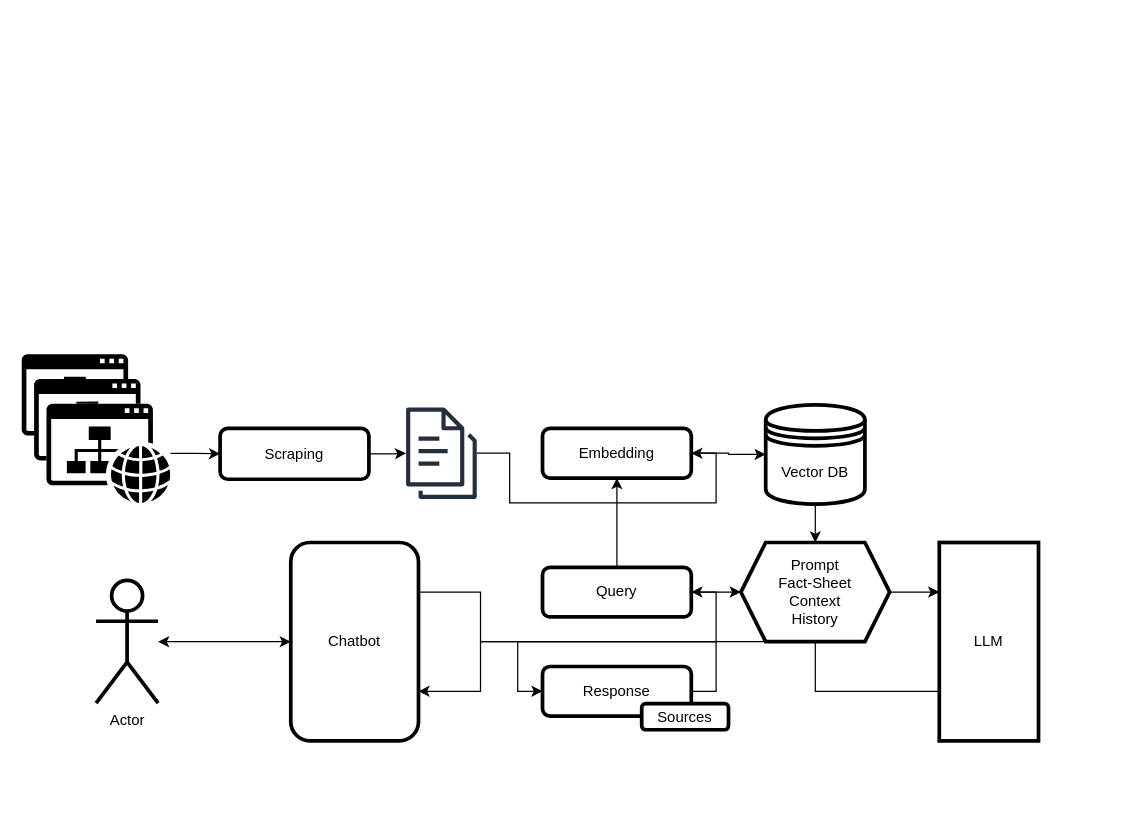
This is assets/architectureSimple.drawio from maxiwilke/geant-rag, a draw.io file, before an edit. Source tidied: cells renumbered, new cells numbered last; positions are measured from the earlier drawing's top-left corner, leaving out a move shared by most shapes. Both pictures are drawn from the tidied source at 124%, with x=0, y=0 at pixel (21, 353).
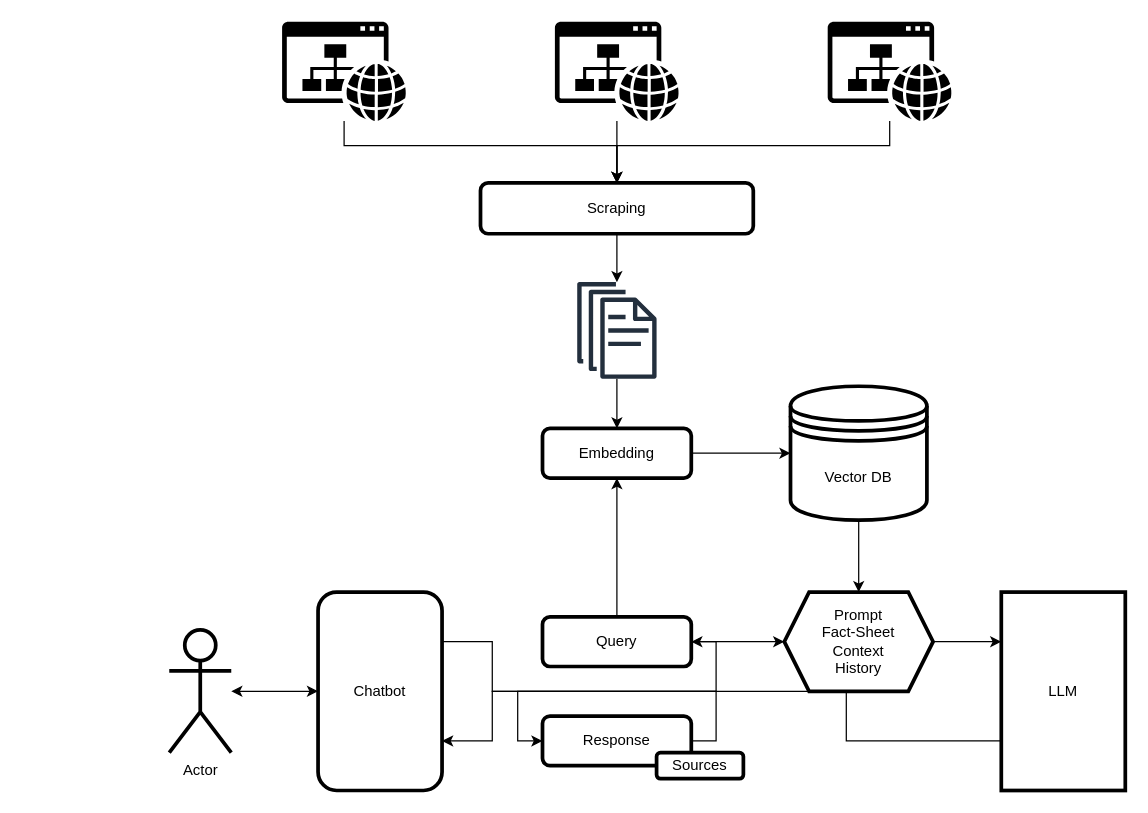
The same page after the edit.

The change refers to these unchanged cells:
```xml
<mxCell id="11" value="Embedding" style="rounded=1;whiteSpace=wrap;html=1;strokeWidth=3;flipH=1;legacyAnchorPoints=0;flipV=0;" parent="1" vertex="1">
  <mxGeometry x="420" y="60" width="120" height="40" as="geometry" />
</mxCell>
```

Change to the diagram source:
```diff
@@
-    <mxCell id="2" style="edgeStyle=orthogonalEdgeStyle;rounded=0;jettySize=auto;html=1;entryX=1;entryY=0.5;entryDx=0;entryDy=0;" parent="1" edge="1" source="3" target="11">
-      <mxGeometry relative="1" as="geometry" />
-    </mxCell>
-    <mxCell id="3" style="sketch=0;outlineConnect=0;fontColor=#232F3E;gradientColor=none;fillColor=#232F3D;strokeColor=none;dashed=0;verticalLabelPosition=bottom;verticalAlign=top;align=center;html=1;fontSize=12;fontStyle=0;shape=mxgraph.aws4.documents3;" parent="1" vertex="1">
-      <mxGeometry x="310" y="41" width="57" height="78" as="geometry" />
-    </mxCell>
+    <mxCell id="34" style="edgeStyle=orthogonalEdgeStyle;rounded=0;jettySize=auto;html=1;entryX=0.5;entryY=0;entryDx=0;entryDy=0;" parent="1" edge="1" source="39" target="11">
+      <mxGeometry relative="1" as="geometry" />
+    </mxCell>
@@
     <mxCell id="5" value="Vector DB" style="shape=datastore;whiteSpace=wrap;html=1;strokeWidth=3;" parent="1" vertex="1">
-      <mxGeometry x="600" y="41" width="80" height="80" as="geometry" />
+      <mxGeometry x="620" y="26" width="110" height="108" as="geometry" />
     </mxCell>
-    <mxCell id="6" style="edgeStyle=orthogonalEdgeStyle;rounded=0;jettySize=auto;html=1;" parent="1" edge="1" source="7" target="3">
+    <mxCell id="6" style="edgeStyle=orthogonalEdgeStyle;rounded=0;jettySize=auto;html=1;" parent="1" edge="1" source="7" target="39">
       <mxGeometry relative="1" as="geometry" />
     </mxCell>
     <mxCell id="7" value="Scraping" style="rounded=1;whiteSpace=wrap;html=1;strokeWidth=3;" parent="1" vertex="1">
-      <mxGeometry x="160" y="60" width="120" height="41" as="geometry" />
+      <mxGeometry x="370" y="-138" width="220" height="41" as="geometry" />
     </mxCell>
@@
     <mxCell id="9" value="Prompt&lt;div&gt;Fact-Sheet&lt;br&gt;&lt;div&gt;Context&lt;/div&gt;&lt;div&gt;History&lt;/div&gt;&lt;/div&gt;" style="shape=hexagon;perimeter=hexagonPerimeter2;whiteSpace=wrap;html=1;fixedSize=1;strokeWidth=3;" parent="1" vertex="1">
-      <mxGeometry x="580" y="152" width="120" height="80" as="geometry" />
+      <mxGeometry x="615" y="192" width="120" height="80" as="geometry" />
     </mxCell>
@@
     <mxCell id="14" value="Query" style="rounded=1;whiteSpace=wrap;html=1;strokeWidth=3;flipH=1;legacyAnchorPoints=0;flipV=0;" parent="1" vertex="1">
-      <mxGeometry x="420" y="172" width="120" height="40" as="geometry" />
+      <mxGeometry x="420" y="212" width="120" height="40" as="geometry" />
     </mxCell>
@@
     <mxCell id="16" value="Response" style="rounded=1;whiteSpace=wrap;html=1;strokeWidth=3;flipH=1;legacyAnchorPoints=0;flipV=0;" parent="1" vertex="1">
-      <mxGeometry x="420" y="252" width="120" height="40" as="geometry" />
+      <mxGeometry x="420" y="292" width="120" height="40" as="geometry" />
     </mxCell>
-    <mxCell id="17" style="group;" parent="1" vertex="1">
-      <mxGeometry y="0.2" width="130" height="120" as="geometry" />
-    </mxCell>
-    <mxCell id="18" style="rounded=1;whiteSpace=wrap;html=1;strokeColor=none;" parent="17" vertex="1">
-      <mxGeometry width="90" height="70" as="geometry" />
-    </mxCell>
-    <mxCell id="19" style="sketch=0;shadow=0;dashed=0;html=1;strokeColor=none;fillColor=light-dark(#000000,#000000);labelPosition=center;verticalLabelPosition=bottom;verticalAlign=top;align=center;shape=mxgraph.office.concepts.website;" parent="17" vertex="1">
-      <mxGeometry width="100" height="80" as="geometry" />
-    </mxCell>
-    <mxCell id="20" style="group;" parent="17" vertex="1">
-      <mxGeometry x="10" y="20" width="120" height="100" as="geometry" />
-    </mxCell>
-    <mxCell id="21" style="rounded=1;whiteSpace=wrap;html=1;strokeColor=none;" parent="20" vertex="1">
-      <mxGeometry width="90" height="70" as="geometry" />
-    </mxCell>
-    <mxCell id="22" style="sketch=0;shadow=0;dashed=0;html=1;strokeColor=none;fillColor=light-dark(#000000,#000000);labelPosition=center;verticalLabelPosition=bottom;verticalAlign=top;align=center;shape=mxgraph.office.concepts.website;" parent="20" vertex="1">
-      <mxGeometry width="100" height="80" as="geometry" />
-    </mxCell>
-    <mxCell id="23" style="group;" parent="20" vertex="1">
-      <mxGeometry x="10" y="20" width="100" height="80" as="geometry" />
-    </mxCell>
-    <mxCell id="24" style="rounded=1;whiteSpace=wrap;html=1;strokeColor=none;" parent="23" vertex="1">
-      <mxGeometry width="90" height="70" as="geometry" />
-    </mxCell>
-    <mxCell id="25" style="sketch=0;shadow=0;dashed=0;html=1;strokeColor=none;fillColor=light-dark(#000000,#000000);labelPosition=center;verticalLabelPosition=bottom;verticalAlign=top;outlineConnect=0;align=center;shape=mxgraph.office.concepts.website;" parent="23" vertex="1">
-      <mxGeometry width="100" height="80" as="geometry" />
-    </mxCell>
     <mxCell id="26" value="Sources" style="rounded=1;whiteSpace=wrap;html=1;strokeWidth=3;" parent="1" vertex="1">
-      <mxGeometry x="500" y="282" width="70" height="21" as="geometry" />
+      <mxGeometry x="512" y="321.5" width="70" height="21" as="geometry" />
     </mxCell>
@@
     <mxCell id="28" value="Actor" style="shape=umlActor;verticalLabelPosition=bottom;verticalAlign=top;html=1;outlineConnect=0;strokeWidth=3;" parent="1" vertex="1">
-      <mxGeometry x="60" y="182.5" width="50" height="99" as="geometry" />
+      <mxGeometry x="119" y="222.5" width="50" height="99" as="geometry" />
     </mxCell>
@@
     <mxCell id="30" value="LLM" style="rounded=0;whiteSpace=wrap;html=1;strokeWidth=3;" parent="1" vertex="1">
-      <mxGeometry x="740" y="152" width="80" height="160" as="geometry" />
+      <mxGeometry x="790" y="192" width="100" height="160" as="geometry" />
     </mxCell>
-    <mxCell id="31" style="edgeStyle=orthogonalEdgeStyle;rounded=0;jettySize=auto;html=1;entryX=0;entryY=0.5;entryDx=0;entryDy=0;" parent="1" edge="1" source="25" target="7">
-      <mxGeometry relative="1" as="geometry" />
-    </mxCell>
@@
     <mxCell id="33" value="Chatbot" style="whiteSpace=wrap;html=1;rounded=1;strokeWidth=3;" parent="1" vertex="1">
-      <mxGeometry x="217" y="152" width="103" height="160" as="geometry" />
+      <mxGeometry x="239" y="192" width="100" height="160" as="geometry" />
     </mxCell>
+    <mxCell id="31" style="edgeStyle=orthogonalEdgeStyle;rounded=0;jettySize=auto;html=1;entryX=0.5;entryY=0;entryDx=0;entryDy=0;" parent="1" edge="1" source="25" target="7">
+      <mxGeometry relative="1" as="geometry">
+        <Array as="points">
+          <mxPoint x="260" y="-168" />
+          <mxPoint x="480" y="-168" />
+        </Array>
+      </mxGeometry>
+    </mxCell>
+    <mxCell id="25" style="sketch=0;shadow=0;dashed=0;html=1;strokeColor=none;fillColor=light-dark(#000000,#000000);labelPosition=center;verticalLabelPosition=bottom;verticalAlign=top;outlineConnect=0;align=center;shape=mxgraph.office.concepts.website;" parent="1" vertex="1">
+      <mxGeometry x="210" y="-268" width="100" height="80" as="geometry" />
+    </mxCell>
+    <mxCell id="35" style="edgeStyle=orthogonalEdgeStyle;rounded=0;jettySize=auto;html=1;entryX=0.5;entryY=0;entryDx=0;entryDy=0;" parent="1" edge="1" source="36" target="7">
+      <mxGeometry relative="1" as="geometry" />
+    </mxCell>
+    <mxCell id="36" style="sketch=0;shadow=0;dashed=0;html=1;strokeColor=none;fillColor=light-dark(#000000,#000000);labelPosition=center;verticalLabelPosition=bottom;verticalAlign=top;outlineConnect=0;align=center;shape=mxgraph.office.concepts.website;" parent="1" vertex="1">
+      <mxGeometry x="430" y="-268" width="100" height="80" as="geometry" />
+    </mxCell>
+    <mxCell id="37" style="edgeStyle=orthogonalEdgeStyle;rounded=0;jettySize=auto;html=1;entryX=0.5;entryY=0;entryDx=0;entryDy=0;" parent="1" edge="1" source="38" target="7">
+      <mxGeometry relative="1" as="geometry">
+        <Array as="points">
+          <mxPoint x="700" y="-168" />
+          <mxPoint x="480" y="-168" />
+        </Array>
+      </mxGeometry>
+    </mxCell>
+    <mxCell id="38" style="sketch=0;shadow=0;dashed=0;html=1;strokeColor=none;fillColor=light-dark(#000000,#000000);labelPosition=center;verticalLabelPosition=bottom;verticalAlign=top;outlineConnect=0;align=center;shape=mxgraph.office.concepts.website;" parent="1" vertex="1">
+      <mxGeometry x="650" y="-268" width="100" height="80" as="geometry" />
+    </mxCell>
+    <mxCell id="39" style="sketch=0;outlineConnect=0;fontColor=#232F3E;gradientColor=none;fillColor=#232F3D;strokeColor=none;dashed=0;verticalLabelPosition=bottom;verticalAlign=top;align=center;html=1;fontSize=12;fontStyle=0;shape=mxgraph.aws4.documents;" parent="1" vertex="1">
+      <mxGeometry x="448" y="-58" width="64" height="78" as="geometry" />
+    </mxCell>
```
